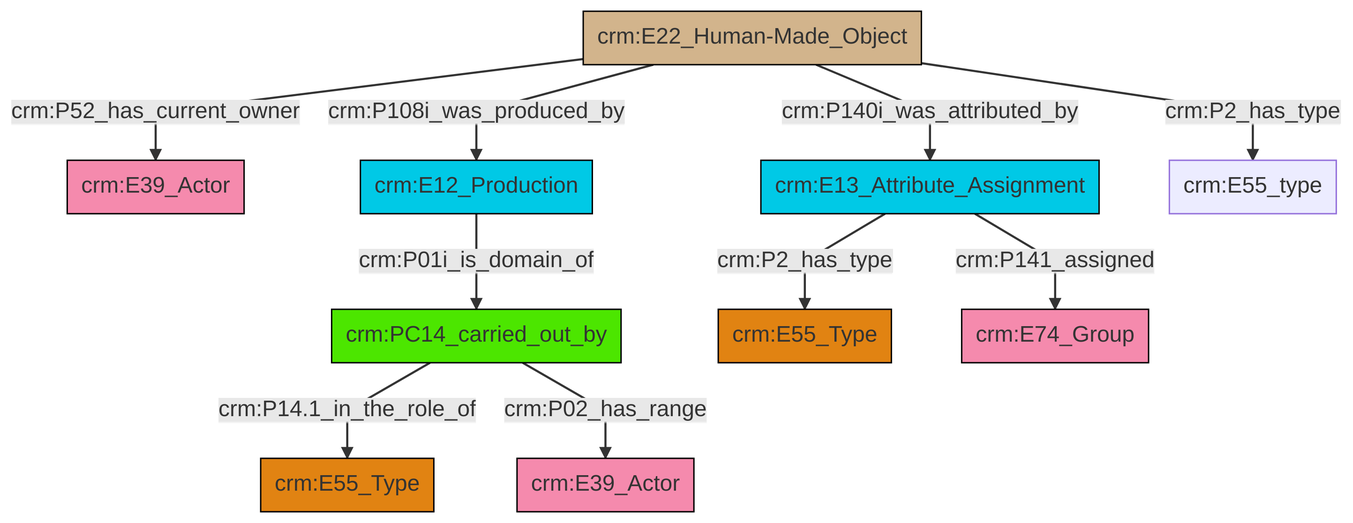
The Mermaid diagram et/builtWorkCSV/ttl/mmd/png/Built_Work_actor_relations.png in swiss-art-research-net/docs.swissartresearch, before a commit. Its source is kept beside it as et/builtWorkCSV/ttl/mmd/Built_Work_actor_relations.ttl.mmd.
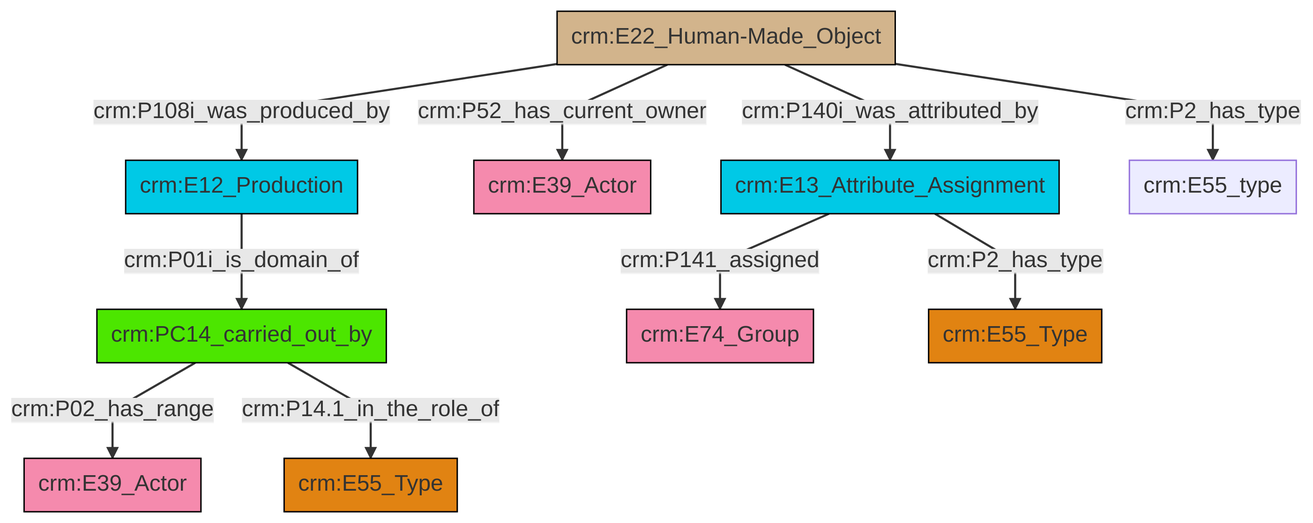
After the commit.

Diff of the diagram source:
```diff
@@ -13,12 +13,12 @@
 classDef PC_Classes fill:#4ce600, stroke:#000000;
 classDef Multi fill:#cccccc,stroke:#000000;
 
-0["crm:E22_Human-Made_Object"]:::Physical_Thing -->|crm:P52_has_current_owner| 1["crm:E39_Actor"]:::Actor
-2["crm:PC14_carried_out_by"]:::PC_Classes -->|crm:P14.1_in_the_role_of| 3["crm:E55_Type"]:::Type
-2["crm:PC14_carried_out_by"]:::PC_Classes -->|crm:P02_has_range| 10["crm:E39_Actor"]:::Actor
-0["crm:E22_Human-Made_Object"]:::Physical_Thing -->|crm:P140i_was_attributed_by| 4["crm:E13_Attribute_Assignment"]:::Temporal_Entity
-0["crm:E22_Human-Made_Object"]:::Physical_Thing -->|crm:P108i_was_produced_by| 8["crm:E12_Production"]:::Temporal_Entity
-4["crm:E13_Attribute_Assignment"]:::Temporal_Entity -->|crm:P2_has_type| 6["crm:E55_Type"]:::Type
-8["crm:E12_Production"]:::Temporal_Entity -->|crm:P01i_is_domain_of| 2["crm:PC14_carried_out_by"]:::PC_Classes
+0["crm:E22_Human-Made_Object"]:::Physical_Thing -->|crm:P140i_was_attributed_by| 1["crm:E13_Attribute_Assignment"]:::Temporal_Entity
+5["crm:PC14_carried_out_by"]:::PC_Classes -->|crm:P02_has_range| 6["crm:E39_Actor"]:::Actor
+1["crm:E13_Attribute_Assignment"]:::Temporal_Entity -->|crm:P141_assigned| 7["crm:E74_Group"]:::Actor
+0["crm:E22_Human-Made_Object"]:::Physical_Thing -->|crm:P52_has_current_owner| 3["crm:E39_Actor"]:::Actor
+0["crm:E22_Human-Made_Object"]:::Physical_Thing -->|crm:P108i_was_produced_by| 12["crm:E12_Production"]:::Temporal_Entity
 0["crm:E22_Human-Made_Object"]:::Physical_Thing -->|crm:P2_has_type| 13["crm:E55_type"]:::Default
-4["crm:E13_Attribute_Assignment"]:::Temporal_Entity -->|crm:P141_assigned| 17["crm:E74_Group"]:::Actor
+5["crm:PC14_carried_out_by"]:::PC_Classes -->|crm:P14.1_in_the_role_of| 15["crm:E55_Type"]:::Type
+12["crm:E12_Production"]:::Temporal_Entity -->|crm:P01i_is_domain_of| 5["crm:PC14_carried_out_by"]:::PC_Classes
+1["crm:E13_Attribute_Assignment"]:::Temporal_Entity -->|crm:P2_has_type| 9["crm:E55_Type"]:::Type
```
